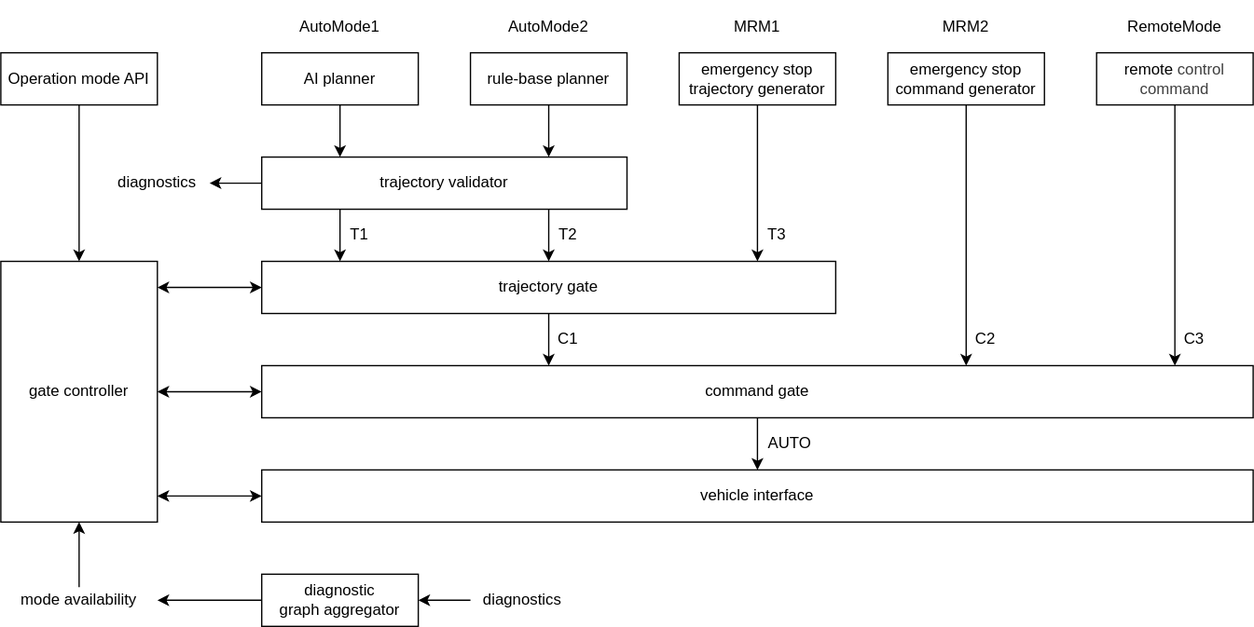
The draw.io diagram system/autoware_system_mode_decider/doc/architecture.drawio.svg in isamu-takagi/autoware_universe, before a commit. Source tidied: cells renumbered, new cells last; positions are measured from the earlier drawing's top-left corner, leaving out a move shared by most shapes.
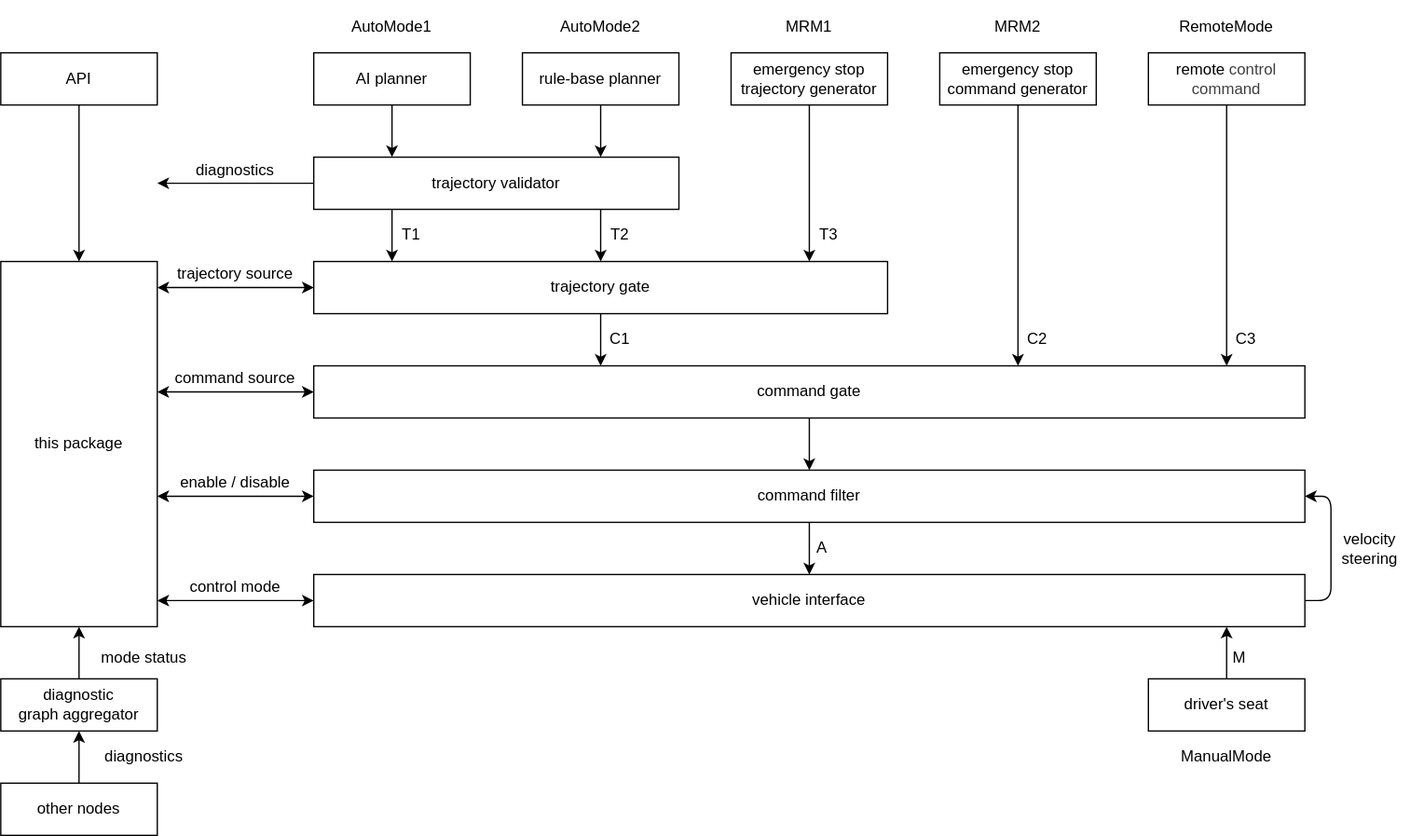
After the commit.

Diff of the diagram source:
```diff
@@ -10,7 +10,7 @@
         </Array>
       </mxGeometry>
     </mxCell>
-    <mxCell id="3" value="trajectory gate" style="rounded=0;whiteSpace=wrap;html=1;" parent="1" vertex="1">
+    <mxCell id="3" value="trajectory&amp;nbsp;&lt;span style=&quot;color: rgb(0, 0, 0);&quot;&gt;gate&lt;/span&gt;" style="rounded=0;whiteSpace=wrap;html=1;" parent="1" vertex="1">
       <mxGeometry x="200" y="200" width="440" height="40" as="geometry" />
     </mxCell>
     <mxCell id="4" style="edgeStyle=orthogonalEdgeStyle;rounded=0;jettySize=auto;html=1;" parent="1" edge="1" source="5" target="15">
@@ -73,64 +73,72 @@
         </Array>
       </mxGeometry>
     </mxCell>
-    <mxCell id="14" style="edgeStyle=orthogonalEdgeStyle;rounded=0;jettySize=auto;html=1;entryX=1;entryY=0.5;entryDx=0;entryDy=0;" parent="1" edge="1" source="15" target="27">
-      <mxGeometry relative="1" as="geometry" />
+    <mxCell id="14" style="edgeStyle=orthogonalEdgeStyle;rounded=0;jettySize=auto;html=1;" parent="1" edge="1" source="15">
+      <mxGeometry relative="1" as="geometry">
+        <mxPoint x="80" y="140" as="targetPoint" />
+      </mxGeometry>
     </mxCell>
     <mxCell id="15" value="trajectory validator" style="rounded=0;whiteSpace=wrap;html=1;" parent="1" vertex="1">
       <mxGeometry x="200" y="120" width="280" height="40" as="geometry" />
     </mxCell>
-    <mxCell id="16" style="edgeStyle=orthogonalEdgeStyle;rounded=0;jettySize=auto;html=1;" parent="1" edge="1" source="17" target="18">
-      <mxGeometry relative="1" as="geometry" />
-    </mxCell>
+    <mxCell id="46" style="edgeStyle=none;html=1;" parent="1" edge="1" source="17" target="56">
+      <mxGeometry relative="1" as="geometry" />
+    </mxCell>
     <mxCell id="17" value="command gate" style="rounded=0;whiteSpace=wrap;html=1;" parent="1" vertex="1">
       <mxGeometry x="200" y="280" width="760" height="40" as="geometry" />
     </mxCell>
+    <mxCell id="47" style="edgeStyle=orthogonalEdgeStyle;html=1;" parent="1" edge="1" source="18" target="56">
+      <mxGeometry relative="1" as="geometry">
+        <Array as="points">
+          <mxPoint x="980" y="460" />
+          <mxPoint x="980" y="380" />
+        </Array>
+      </mxGeometry>
+    </mxCell>
     <mxCell id="18" value="vehicle interface" style="rounded=0;whiteSpace=wrap;html=1;" parent="1" vertex="1">
-      <mxGeometry x="200" y="360" width="760" height="40" as="geometry" />
+      <mxGeometry x="200" y="440" width="760" height="40" as="geometry" />
     </mxCell>
     <mxCell id="19" style="edgeStyle=orthogonalEdgeStyle;rounded=0;jettySize=auto;html=1;startArrow=classic;startFill=1;" parent="1" edge="1" source="22" target="17">
-      <mxGeometry relative="1" as="geometry" />
+      <mxGeometry relative="1" as="geometry">
+        <Array as="points">
+          <mxPoint x="100" y="300" />
+          <mxPoint x="100" y="300" />
+        </Array>
+      </mxGeometry>
     </mxCell>
     <mxCell id="20" style="edgeStyle=orthogonalEdgeStyle;rounded=0;jettySize=auto;html=1;startArrow=classic;startFill=1;" parent="1" edge="1" source="22" target="3">
       <mxGeometry relative="1" as="geometry">
         <Array as="points">
-          <mxPoint x="140" y="220" />
-          <mxPoint x="140" y="220" />
+          <mxPoint x="100" y="220" />
+          <mxPoint x="100" y="220" />
         </Array>
       </mxGeometry>
     </mxCell>
     <mxCell id="21" style="edgeStyle=orthogonalEdgeStyle;rounded=0;jettySize=auto;html=1;startArrow=classic;startFill=1;" parent="1" edge="1" source="22" target="18">
       <mxGeometry relative="1" as="geometry">
         <Array as="points">
-          <mxPoint x="150" y="380" />
-          <mxPoint x="150" y="380" />
+          <mxPoint x="120" y="460" />
+          <mxPoint x="120" y="460" />
         </Array>
       </mxGeometry>
     </mxCell>
+    <mxCell id="48" style="edgeStyle=orthogonalEdgeStyle;html=1;startArrow=classic;startFill=1;" parent="1" edge="1" source="22" target="56">
+      <mxGeometry relative="1" as="geometry">
+        <Array as="points">
+          <mxPoint x="110" y="380" />
+          <mxPoint x="110" y="380" />
+        </Array>
+      </mxGeometry>
+    </mxCell>
-    <mxCell id="22" value="gate controller" style="rounded=0;whiteSpace=wrap;html=1;" parent="1" vertex="1">
-      <mxGeometry y="200" width="120" height="200" as="geometry" />
+    <mxCell id="22" value="this package" style="rounded=0;whiteSpace=wrap;html=1;" parent="1" vertex="1">
+      <mxGeometry x="-40" y="200" width="120" height="280" as="geometry" />
     </mxCell>
     <mxCell id="23" style="edgeStyle=orthogonalEdgeStyle;rounded=0;jettySize=auto;html=1;" parent="1" edge="1" source="24" target="22">
       <mxGeometry relative="1" as="geometry" />
     </mxCell>
-    <mxCell id="24" value="Operation mode&amp;nbsp;&lt;span style=&quot;background-color: transparent; color: light-dark(rgb(0, 0, 0), rgb(255, 255, 255));&quot;&gt;API&lt;/span&gt;" style="rounded=0;whiteSpace=wrap;html=1;" parent="1" vertex="1">
-      <mxGeometry y="40" width="120" height="40" as="geometry" />
+    <mxCell id="24" value="&lt;span style=&quot;background-color: transparent; color: light-dark(rgb(0, 0, 0), rgb(255, 255, 255));&quot;&gt;API&lt;/span&gt;" style="rounded=0;whiteSpace=wrap;html=1;" parent="1" vertex="1">
+      <mxGeometry x="-40" y="40" width="120" height="40" as="geometry" />
     </mxCell>
-    <mxCell id="25" style="edgeStyle=none;html=1;" parent="1" edge="1" source="26" target="40">
-      <mxGeometry relative="1" as="geometry" />
-    </mxCell>
-    <mxCell id="26" value="diagnostic&lt;div&gt;graph aggregator&lt;/div&gt;" style="rounded=0;whiteSpace=wrap;html=1;" parent="1" vertex="1">
-      <mxGeometry x="200" y="440" width="120" height="40" as="geometry" />
-    </mxCell>
-    <mxCell id="27" value="diagnostics" style="text;html=1;whiteSpace=wrap;strokeColor=none;fillColor=none;align=center;verticalAlign=middle;rounded=0;" parent="1" vertex="1">
-      <mxGeometry x="80" y="130" width="80" height="20" as="geometry" />
-    </mxCell>
-    <mxCell id="28" style="edgeStyle=orthogonalEdgeStyle;rounded=0;jettySize=auto;html=1;" parent="1" edge="1" source="29" target="26">
-      <mxGeometry relative="1" as="geometry" />
-    </mxCell>
-    <mxCell id="29" value="diagnostics" style="text;html=1;whiteSpace=wrap;strokeColor=none;fillColor=none;align=center;verticalAlign=middle;rounded=0;" parent="1" vertex="1">
-      <mxGeometry x="360" y="450" width="80" height="20" as="geometry" />
-    </mxCell>
     <mxCell id="30" value="T1" style="text;html=1;whiteSpace=wrap;strokeColor=none;fillColor=none;align=center;verticalAlign=middle;rounded=0;" parent="1" vertex="1">
       <mxGeometry x="260" y="170" width="30" height="20" as="geometry" />
     </mxCell>
@@ -146,8 +154,8 @@
     <mxCell id="34" value="C2" style="text;html=1;whiteSpace=wrap;strokeColor=none;fillColor=none;align=center;verticalAlign=middle;rounded=0;" parent="1" vertex="1">
       <mxGeometry x="740" y="250" width="30" height="20" as="geometry" />
     </mxCell>
-    <mxCell id="35" value="AUTO" style="text;html=1;whiteSpace=wrap;strokeColor=none;fillColor=none;align=center;verticalAlign=middle;rounded=0;" parent="1" vertex="1">
-      <mxGeometry x="580" y="330" width="50" height="20" as="geometry" />
+    <mxCell id="35" value="A" style="text;html=1;whiteSpace=wrap;strokeColor=none;fillColor=none;align=center;verticalAlign=middle;rounded=0;" parent="1" vertex="1">
+      <mxGeometry x="580" y="410" width="20" height="20" as="geometry" />
     </mxCell>
     <mxCell id="36" style="edgeStyle=orthogonalEdgeStyle;html=1;" parent="1" edge="1" source="37" target="17">
       <mxGeometry relative="1" as="geometry">
@@ -163,12 +171,6 @@
     <mxCell id="38" value="C3" style="text;html=1;whiteSpace=wrap;strokeColor=none;fillColor=none;align=center;verticalAlign=middle;rounded=0;" parent="1" vertex="1">
       <mxGeometry x="900" y="250" width="30" height="20" as="geometry" />
     </mxCell>
-    <mxCell id="39" style="edgeStyle=none;html=1;" parent="1" edge="1" source="40" target="22">
-      <mxGeometry relative="1" as="geometry" />
-    </mxCell>
-    <mxCell id="40" value="mode availability" style="text;html=1;whiteSpace=wrap;strokeColor=none;fillColor=none;align=center;verticalAlign=middle;rounded=0;" parent="1" vertex="1">
-      <mxGeometry y="450" width="120" height="20" as="geometry" />
-    </mxCell>
     <mxCell id="41" value="AutoMode1" style="text;html=1;align=center;verticalAlign=middle;whiteSpace=wrap;rounded=0;" parent="1" vertex="1">
       <mxGeometry x="200" width="120" height="40" as="geometry" />
     </mxCell>
@@ -184,5 +186,64 @@
     <mxCell id="45" value="RemoteMode" style="text;html=1;align=center;verticalAlign=middle;whiteSpace=wrap;rounded=0;" parent="1" vertex="1">
       <mxGeometry x="840" width="120" height="40" as="geometry" />
     </mxCell>
+    <mxCell id="49" value="diagnostics" style="text;html=1;whiteSpace=wrap;strokeColor=none;fillColor=none;align=center;verticalAlign=middle;rounded=0;" parent="1" vertex="1">
+      <mxGeometry x="100" y="120" width="80" height="20" as="geometry" />
+    </mxCell>
+    <mxCell id="50" style="edgeStyle=none;html=1;" parent="1" edge="1" source="26" target="22">
+      <mxGeometry relative="1" as="geometry" />
+    </mxCell>
+    <mxCell id="26" value="diagnostic&lt;div&gt;graph aggregator&lt;/div&gt;" style="rounded=0;whiteSpace=wrap;html=1;" parent="1" vertex="1">
+      <mxGeometry x="-40" y="520" width="120" height="40" as="geometry" />
+    </mxCell>
+    <mxCell id="51" value="diagnostics" style="text;html=1;whiteSpace=wrap;strokeColor=none;fillColor=none;align=center;verticalAlign=middle;rounded=0;" parent="1" vertex="1">
+      <mxGeometry x="30" y="570" width="80" height="20" as="geometry" />
+    </mxCell>
+    <mxCell id="52" value="mode status" style="text;html=1;whiteSpace=wrap;strokeColor=none;fillColor=none;align=center;verticalAlign=middle;rounded=0;" parent="1" vertex="1">
+      <mxGeometry x="30" y="493.5" width="80" height="20" as="geometry" />
+    </mxCell>
+    <mxCell id="53" style="edgeStyle=none;html=1;" parent="1" edge="1" source="54" target="26">
+      <mxGeometry relative="1" as="geometry" />
+    </mxCell>
+    <mxCell id="54" value="other nodes" style="rounded=0;whiteSpace=wrap;html=1;" parent="1" vertex="1">
+      <mxGeometry x="-40" y="600" width="120" height="40" as="geometry" />
+    </mxCell>
+    <mxCell id="55" style="edgeStyle=none;html=1;" parent="1" edge="1" source="56" target="18">
+      <mxGeometry relative="1" as="geometry" />
+    </mxCell>
+    <mxCell id="56" value="command filter" style="rounded=0;whiteSpace=wrap;html=1;" parent="1" vertex="1">
+      <mxGeometry x="200" y="360" width="760" height="40" as="geometry" />
+    </mxCell>
+    <mxCell id="57" value="command source" style="text;html=1;whiteSpace=wrap;strokeColor=none;fillColor=none;align=center;verticalAlign=middle;rounded=0;" parent="1" vertex="1">
+      <mxGeometry x="90" y="280" width="100" height="20" as="geometry" />
+    </mxCell>
+    <mxCell id="58" value="control mode" style="text;html=1;whiteSpace=wrap;strokeColor=none;fillColor=none;align=center;verticalAlign=middle;rounded=0;" parent="1" vertex="1">
+      <mxGeometry x="100" y="440" width="80" height="20" as="geometry" />
+    </mxCell>
+    <mxCell id="59" value="trajectory source" style="text;html=1;whiteSpace=wrap;strokeColor=none;fillColor=none;align=center;verticalAlign=middle;rounded=0;" parent="1" vertex="1">
+      <mxGeometry x="90" y="200" width="100" height="20" as="geometry" />
+    </mxCell>
+    <mxCell id="60" value="enable / disable" style="text;html=1;whiteSpace=wrap;strokeColor=none;fillColor=none;align=center;verticalAlign=middle;rounded=0;" parent="1" vertex="1">
+      <mxGeometry x="90" y="360" width="100" height="20" as="geometry" />
+    </mxCell>
+    <mxCell id="61" value="velocity&lt;div&gt;steering&lt;/div&gt;" style="text;html=1;whiteSpace=wrap;strokeColor=none;fillColor=none;align=center;verticalAlign=middle;rounded=0;" parent="1" vertex="1">
+      <mxGeometry x="980" y="400" width="60" height="40" as="geometry" />
+    </mxCell>
+    <mxCell id="62" style="edgeStyle=orthogonalEdgeStyle;html=1;" parent="1" edge="1" source="63" target="18">
+      <mxGeometry relative="1" as="geometry">
+        <Array as="points">
+          <mxPoint x="900" y="490" />
+          <mxPoint x="900" y="490" />
+        </Array>
+      </mxGeometry>
+    </mxCell>
+    <mxCell id="63" value="driver's seat" style="rounded=0;whiteSpace=wrap;html=1;" parent="1" vertex="1">
+      <mxGeometry x="840" y="520" width="120" height="40" as="geometry" />
+    </mxCell>
+    <mxCell id="64" value="M" style="text;html=1;whiteSpace=wrap;strokeColor=none;fillColor=none;align=center;verticalAlign=middle;rounded=0;" parent="1" vertex="1">
+      <mxGeometry x="900" y="493.5" width="20" height="20" as="geometry" />
+    </mxCell>
+    <mxCell id="65" value="ManualMode" style="text;html=1;align=center;verticalAlign=middle;whiteSpace=wrap;rounded=0;" parent="1" vertex="1">
+      <mxGeometry x="840" y="560" width="120" height="40" as="geometry" />
+    </mxCell>
   </root>
 </mxGraphModel>
```
